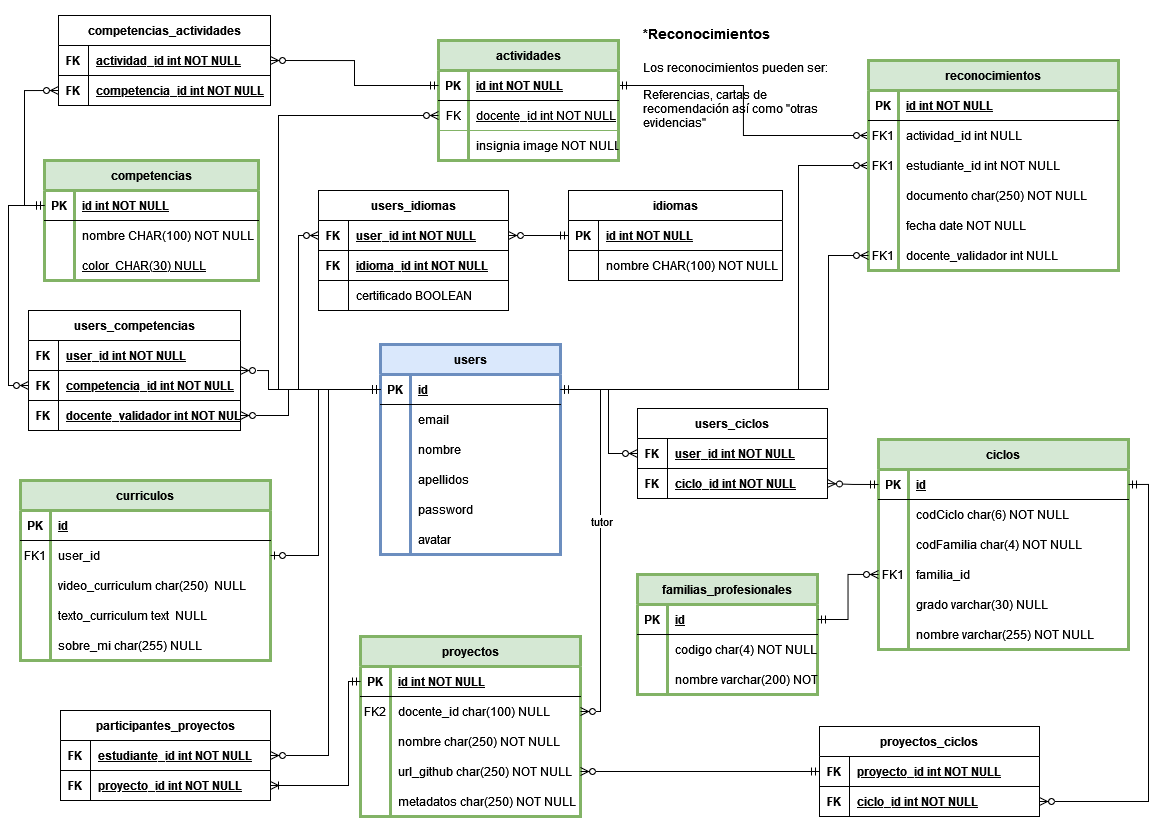
The draw.io diagram documentos/marcapersonalFP.drawio.png in Zaidanxp/marcapersonalFP_REA, before a commit. Source tidied: cells renumbered, new cells last; positions are measured from the earlier drawing's top-left corner, leaving out a move shared by most shapes.
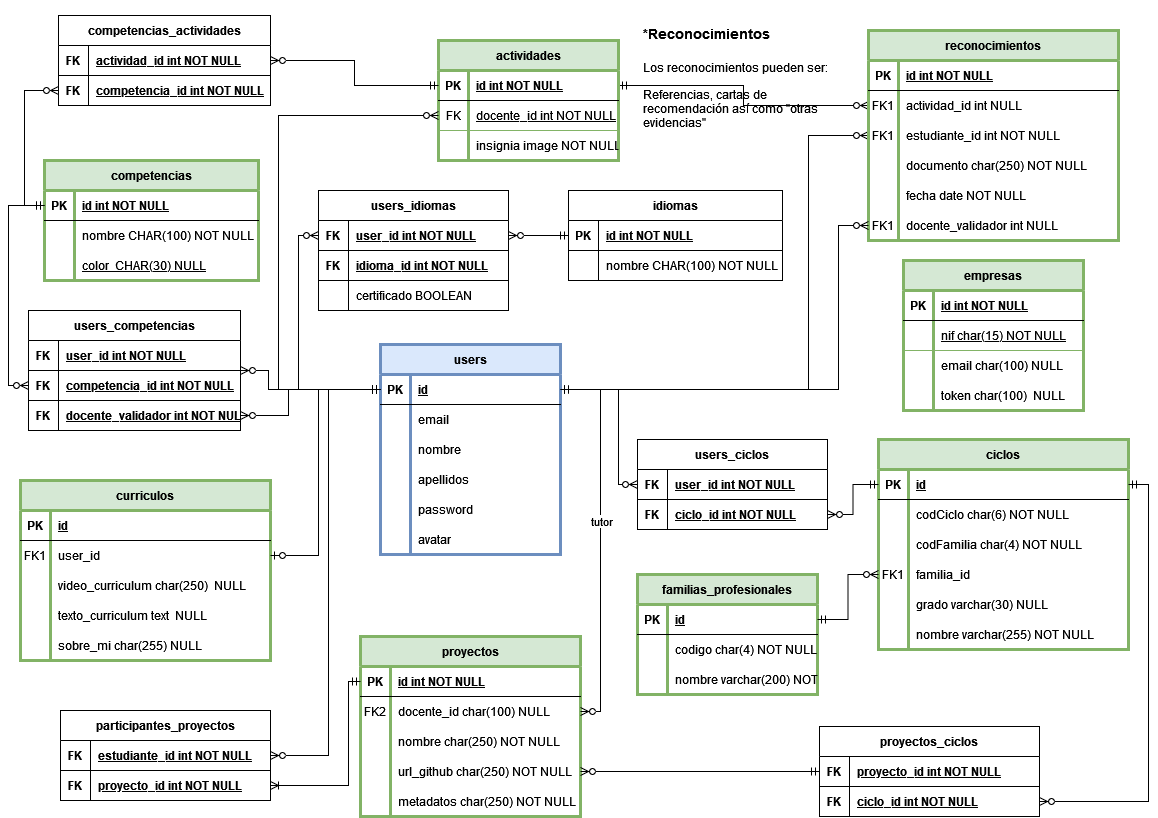
Above is the later version.

Commit message:
Añadiendo la tabla de empresas

Diff of the diagram source:
```diff
@@ -5,8 +5,8 @@
     <mxCell id="2" style="endArrow=ERzeroToMany;startArrow=ERone;endFill=1;startFill=0;edgeStyle=orthogonalEdgeStyle;rounded=0;exitX=1;exitY=0.5;exitDx=0;exitDy=0;entryX=0;entryY=0.5;entryDx=0;entryDy=0;" parent="1" edge="1" source="70" target="11">
       <mxGeometry relative="1" as="geometry">
         <Array as="points">
-          <mxPoint x="778" y="379" />
-          <mxPoint x="778" y="155" />
+          <mxPoint x="788" y="379" />
+          <mxPoint x="788" y="125" />
         </Array>
       </mxGeometry>
     </mxCell>
@@ -14,7 +14,7 @@
       <mxGeometry relative="1" as="geometry" />
     </mxCell>
     <mxCell id="4" value="reconocimientos" style="shape=table;startSize=30;rowLines=0;fontStyle=1;align=center;strokeWidth=3;fillColor=#d5e8d4;strokeColor=#82b366;" parent="1" vertex="1">
-      <mxGeometry x="848" y="50" width="250" height="210" as="geometry" />
+      <mxGeometry x="848" y="20" width="250" height="210" as="geometry" />
     </mxCell>
     <mxCell id="5" style="shape=partialRectangle;fillColor=none;top=0;left=0;right=0;bottom=1;" parent="4" vertex="1">
       <mxGeometry y="30" width="250" height="30" as="geometry" />
@@ -283,8 +283,8 @@
     <mxCell id="89" style="endArrow=ERzeroToMany;startArrow=ERone;endFill=1;startFill=0;edgeStyle=orthogonalEdgeStyle;rounded=0;entryX=0;entryY=0.5;entryDx=0;entryDy=0;exitX=1;exitY=0.5;exitDx=0;exitDy=0;" parent="1" edge="1" source="70" target="20">
       <mxGeometry relative="1" as="geometry">
         <Array as="points">
-          <mxPoint x="808" y="379" />
-          <mxPoint x="808" y="245" />
+          <mxPoint x="818" y="379" />
+          <mxPoint x="818" y="215" />
         </Array>
       </mxGeometry>
     </mxCell>
@@ -416,7 +416,7 @@
       <mxGeometry relative="1" as="geometry" />
     </mxCell>
     <mxCell id="129" value="users_ciclos" style="shape=table;startSize=30;rowLines=0;fontStyle=1;align=center;strokeWidth=1;" parent="1" vertex="1">
-      <mxGeometry x="617" y="398" width="190" height="90" as="geometry" />
+      <mxGeometry x="617" y="429" width="190" height="90" as="geometry" />
     </mxCell>
     <mxCell id="130" style="shape=partialRectangle;fillColor=none;top=0;left=0;right=0;bottom=1;" parent="129" vertex="1">
       <mxGeometry y="30" width="190" height="30" as="geometry" />
@@ -471,8 +471,8 @@
     <mxCell id="145" style="edgeStyle=orthogonalEdgeStyle;fontSize=12;html=1;endArrow=ERzeroToMany;startArrow=ERmandOne;rounded=0;exitX=1;exitY=0.5;exitDx=0;exitDy=0;entryX=0;entryY=0.5;entryDx=0;entryDy=0;" parent="1" edge="1" source="70" target="129">
       <mxGeometry relative="1" as="geometry">
         <Array as="points">
-          <mxPoint x="588" y="379" />
-          <mxPoint x="588" y="443" />
+          <mxPoint x="598" y="379" />
+          <mxPoint x="598" y="474" />
         </Array>
       </mxGeometry>
     </mxCell>
@@ -647,5 +647,44 @@
         </Array>
       </mxGeometry>
     </mxCell>
+    <mxCell id="198" value="empresas" style="shape=table;startSize=30;rowLines=0;fontStyle=1;align=center;strokeWidth=3;fillColor=#d5e8d4;strokeColor=#82b366;" parent="1" vertex="1">
+      <mxGeometry x="883" y="250" width="180" height="150" as="geometry" />
+    </mxCell>
+    <mxCell id="199" style="shape=partialRectangle;fillColor=none;top=0;left=0;right=0;bottom=1;" parent="198" vertex="1">
+      <mxGeometry y="30" width="180" height="30" as="geometry" />
+    </mxCell>
+    <mxCell id="200" value="PK" style="shape=partialRectangle;overflow=hidden;fillColor=none;top=0;left=0;bottom=0;right=0;fontStyle=1;" parent="199" vertex="1">
+      <mxGeometry width="30" height="30" as="geometry" />
+    </mxCell>
+    <mxCell id="201" value="id int NOT NULL " style="shape=partialRectangle;overflow=hidden;fillColor=none;top=0;left=0;bottom=0;right=0;align=left;spacingLeft=6;fontStyle=5;" parent="199" vertex="1">
+      <mxGeometry x="30" width="150" height="30" as="geometry" />
+    </mxCell>
+    <mxCell id="202" style="shape=partialRectangle;fillColor=none;top=0;left=0;right=0;bottom=1;strokeColor=inherit;" parent="198" vertex="1">
+      <mxGeometry y="60" width="180" height="30" as="geometry" />
+    </mxCell>
+    <mxCell id="203" style="shape=partialRectangle;overflow=hidden;fillColor=none;top=0;left=0;bottom=0;right=0;fontStyle=0;" parent="202" vertex="1">
+      <mxGeometry width="30" height="30" as="geometry" />
+    </mxCell>
+    <mxCell id="204" value="nif char(15) NOT NULL " style="shape=partialRectangle;overflow=hidden;fillColor=none;top=0;left=0;bottom=0;right=0;align=left;spacingLeft=6;fontStyle=4;" parent="202" vertex="1">
+      <mxGeometry x="30" width="150" height="30" as="geometry" />
+    </mxCell>
+    <mxCell id="205" style="shape=partialRectangle;fillColor=none;top=0;left=0;right=0;bottom=0;" parent="198" vertex="1">
+      <mxGeometry y="90" width="180" height="30" as="geometry" />
+    </mxCell>
+    <mxCell id="206" style="shape=partialRectangle;overflow=hidden;fillColor=none;top=0;left=0;bottom=0;right=0;" parent="205" vertex="1">
+      <mxGeometry width="30" height="30" as="geometry" />
+    </mxCell>
+    <mxCell id="207" value="email char(100) NULL" style="shape=partialRectangle;overflow=hidden;fillColor=none;top=0;left=0;bottom=0;right=0;align=left;spacingLeft=6;" parent="205" vertex="1">
+      <mxGeometry x="30" width="150" height="30" as="geometry" />
+    </mxCell>
+    <mxCell id="208" style="shape=partialRectangle;fillColor=none;top=0;left=0;right=0;bottom=0;" parent="198" vertex="1">
+      <mxGeometry y="120" width="180" height="30" as="geometry" />
+    </mxCell>
+    <mxCell id="209" style="shape=partialRectangle;overflow=hidden;fillColor=none;top=0;left=0;bottom=0;right=0;" parent="208" vertex="1">
+      <mxGeometry width="30" height="30" as="geometry" />
+    </mxCell>
+    <mxCell id="210" value="token char(100)  NULL" style="shape=partialRectangle;overflow=hidden;fillColor=none;top=0;left=0;bottom=0;right=0;align=left;spacingLeft=6;" parent="208" vertex="1">
+      <mxGeometry x="30" width="150" height="30" as="geometry" />
+    </mxCell>
   </root>
 </mxGraphModel>
```
